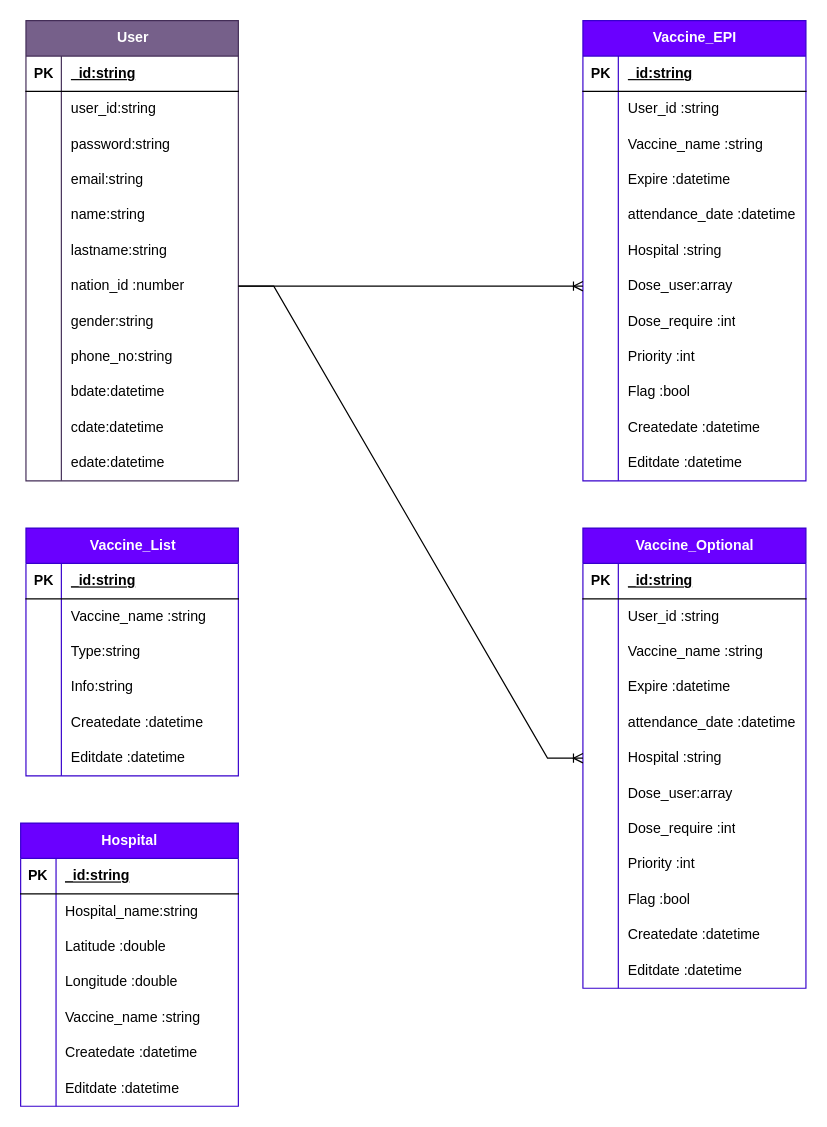
The draw.io diagram database&flowchart.drawio in AsticeX/-_-_1630901328, before the edit. Source tidied: cells renumbered, new cells numbered last; positions are measured from the earlier drawing's top-left corner, leaving out a move shared by most shapes. Both pictures are drawn from the tidied source at 118%, with x=0, y=0 at pixel (20, 20).
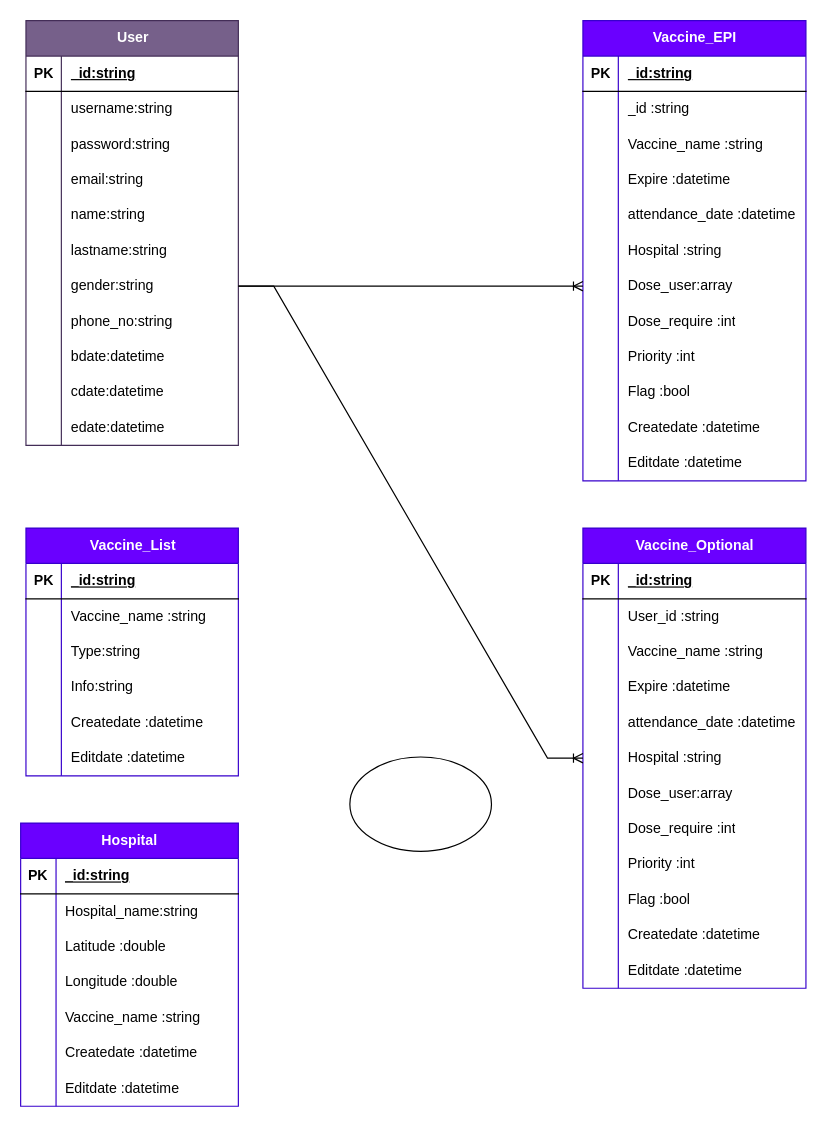
The same diagram, later.

The change refers to these unchanged cells:
```xml
<mxCell id="6" style="shape=tableRow;horizontal=0;startSize=0;swimlaneHead=0;swimlaneBody=0;fillColor=none;top=0;left=0;right=0;bottom=0;" parent="2" vertex="1">
  <mxGeometry y="60" width="180" height="30" as="geometry" />
</mxCell>
<mxCell id="43" style="shape=tableRow;horizontal=0;startSize=0;swimlaneHead=0;swimlaneBody=0;fillColor=none;top=0;left=0;right=0;bottom=0;" parent="39" vertex="1">
  <mxGeometry y="60" width="189" height="30" as="geometry" />
</mxCell>
<mxCell id="58" style="shape=tableRow;horizontal=0;startSize=0;swimlaneHead=0;swimlaneBody=0;fillColor=none;points=[[0,0.5],[1,0.5]];portConstraint=eastwest;top=0;left=0;right=0;bottom=0;" parent="39" vertex="1">
  <mxGeometry y="210" width="189" height="30" as="geometry" />
</mxCell>
<mxCell id="133" style="shape=tableRow;horizontal=0;startSize=0;swimlaneHead=0;swimlaneBody=0;fillColor=none;points=[[0,0.5],[1,0.5]];portConstraint=eastwest;top=0;left=0;right=0;bottom=0;" parent="117" vertex="1">
  <mxGeometry y="180" width="189" height="30" as="geometry" />
</mxCell>
```

What changed in the source:
```diff
@@
     <mxCell id="2" value="User" style="shape=table;startSize=30;childLayout=tableLayout;rowLines=0;fontStyle=1;align=center;html=1;fillColor=#76608a;fontColor=#ffffff;strokeColor=#432D57;" parent="1" vertex="1">
-      <mxGeometry x="4.5" width="180" height="390" as="geometry" />
+      <mxGeometry x="4.5" width="180" height="360" as="geometry" />
     </mxCell>
@@
-    <mxCell id="8" value="user_id:string" style="shape=partialRectangle;fillColor=none;top=0;left=0;bottom=0;right=0;align=left;spacingLeft=6;overflow=hidden;whiteSpace=wrap;html=1;" parent="6" vertex="1">
+    <mxCell id="8" value="username:string" style="shape=partialRectangle;fillColor=none;top=0;left=0;bottom=0;right=0;align=left;spacingLeft=6;overflow=hidden;whiteSpace=wrap;html=1;" parent="6" vertex="1">
       <mxGeometry x="30" width="150" height="30" as="geometry" />
     </mxCell>
@@
-    <mxCell id="21" style="shape=tableRow;horizontal=0;startSize=0;swimlaneHead=0;swimlaneBody=0;fillColor=none;points=[[0,0.5],[1,0.5]];portConstraint=eastwest;top=0;left=0;right=0;bottom=0;" parent="2" vertex="1">
-      <mxGeometry y="210" width="180" height="30" as="geometry" />
-    </mxCell>
-    <mxCell id="22" style="shape=partialRectangle;fillColor=none;top=0;left=0;bottom=0;right=0;overflow=hidden;whiteSpace=wrap;html=1;" parent="21" vertex="1">
-      <mxGeometry width="30" height="30" as="geometry" />
-    </mxCell>
-    <mxCell id="23" value="nation_id&amp;nbsp;:number" style="shape=partialRectangle;fillColor=none;top=0;left=0;bottom=0;right=0;align=left;spacingLeft=6;overflow=hidden;whiteSpace=wrap;html=1;" parent="21" vertex="1">
-      <mxGeometry x="30" width="150" height="30" as="geometry" />
-    </mxCell>
     <mxCell id="24" style="shape=tableRow;horizontal=0;startSize=0;swimlaneHead=0;swimlaneBody=0;fillColor=none;top=0;left=0;right=0;bottom=0;" parent="2" vertex="1">
-      <mxGeometry y="240" width="180" height="30" as="geometry" />
+      <mxGeometry y="210" width="180" height="30" as="geometry" />
     </mxCell>
@@
     <mxCell id="27" style="shape=tableRow;horizontal=0;startSize=0;swimlaneHead=0;swimlaneBody=0;fillColor=none;top=0;left=0;right=0;bottom=0;" parent="2" vertex="1">
-      <mxGeometry y="270" width="180" height="30" as="geometry" />
+      <mxGeometry y="240" width="180" height="30" as="geometry" />
     </mxCell>
@@
     <mxCell id="30" style="shape=tableRow;horizontal=0;startSize=0;swimlaneHead=0;swimlaneBody=0;fillColor=none;top=0;left=0;right=0;bottom=0;" parent="2" vertex="1">
-      <mxGeometry y="300" width="180" height="30" as="geometry" />
+      <mxGeometry y="270" width="180" height="30" as="geometry" />
     </mxCell>
@@
     <mxCell id="33" style="shape=tableRow;horizontal=0;startSize=0;swimlaneHead=0;swimlaneBody=0;fillColor=none;top=0;left=0;right=0;bottom=0;" parent="2" vertex="1">
-      <mxGeometry y="330" width="180" height="30" as="geometry" />
+      <mxGeometry y="300" width="180" height="30" as="geometry" />
     </mxCell>
@@
     <mxCell id="36" style="shape=tableRow;horizontal=0;startSize=0;swimlaneHead=0;swimlaneBody=0;fillColor=none;top=0;left=0;right=0;bottom=0;" parent="2" vertex="1">
-      <mxGeometry y="360" width="180" height="30" as="geometry" />
+      <mxGeometry y="330" width="180" height="30" as="geometry" />
     </mxCell>
@@
-    <mxCell id="45" value="User_id :string" style="shape=partialRectangle;fillColor=none;top=0;left=0;bottom=0;right=0;align=left;spacingLeft=6;overflow=hidden;whiteSpace=wrap;html=1;" parent="43" vertex="1">
+    <mxCell id="45" value="_id :string" style="shape=partialRectangle;fillColor=none;top=0;left=0;bottom=0;right=0;align=left;spacingLeft=6;overflow=hidden;whiteSpace=wrap;html=1;" parent="43" vertex="1">
       <mxGeometry x="30" width="159" height="30" as="geometry" />
     </mxCell>
@@
-    <mxCell id="154" style="edgeStyle=entityRelationEdgeStyle;fontSize=12;html=1;endArrow=ERoneToMany;rounded=0;exitX=1;exitY=0.5;exitDx=0;exitDy=0;entryX=0;entryY=0.5;entryDx=0;entryDy=0;" parent="1" edge="1" source="21" target="58">
-      <mxGeometry relative="1" as="geometry" />
+    <mxCell id="154" style="edgeStyle=entityRelationEdgeStyle;fontSize=12;html=1;endArrow=ERoneToMany;rounded=0;exitX=1;exitY=0.5;exitDx=0;exitDy=0;entryX=0;entryY=0.5;entryDx=0;entryDy=0;" parent="1" edge="1" target="58">
+      <mxGeometry relative="1" as="geometry">
+        <mxPoint x="184.5" y="225" as="sourcePoint" />
+      </mxGeometry>
     </mxCell>
-    <mxCell id="155" style="edgeStyle=entityRelationEdgeStyle;fontSize=12;html=1;endArrow=ERoneToMany;rounded=0;exitX=1;exitY=0.5;exitDx=0;exitDy=0;entryX=0;entryY=0.5;entryDx=0;entryDy=0;" parent="1" edge="1" source="21" target="133">
-      <mxGeometry relative="1" as="geometry" />
+    <mxCell id="155" style="edgeStyle=entityRelationEdgeStyle;fontSize=12;html=1;endArrow=ERoneToMany;rounded=0;exitX=1;exitY=0.5;exitDx=0;exitDy=0;entryX=0;entryY=0.5;entryDx=0;entryDy=0;" parent="1" edge="1" target="133">
+      <mxGeometry relative="1" as="geometry">
+        <mxPoint x="184.5" y="225" as="sourcePoint" />
+      </mxGeometry>
     </mxCell>
+    <mxCell id="156" style="ellipse;whiteSpace=wrap;html=1;" parent="1" vertex="1">
+      <mxGeometry x="279" y="624" width="120" height="80" as="geometry" />
+    </mxCell>
```
